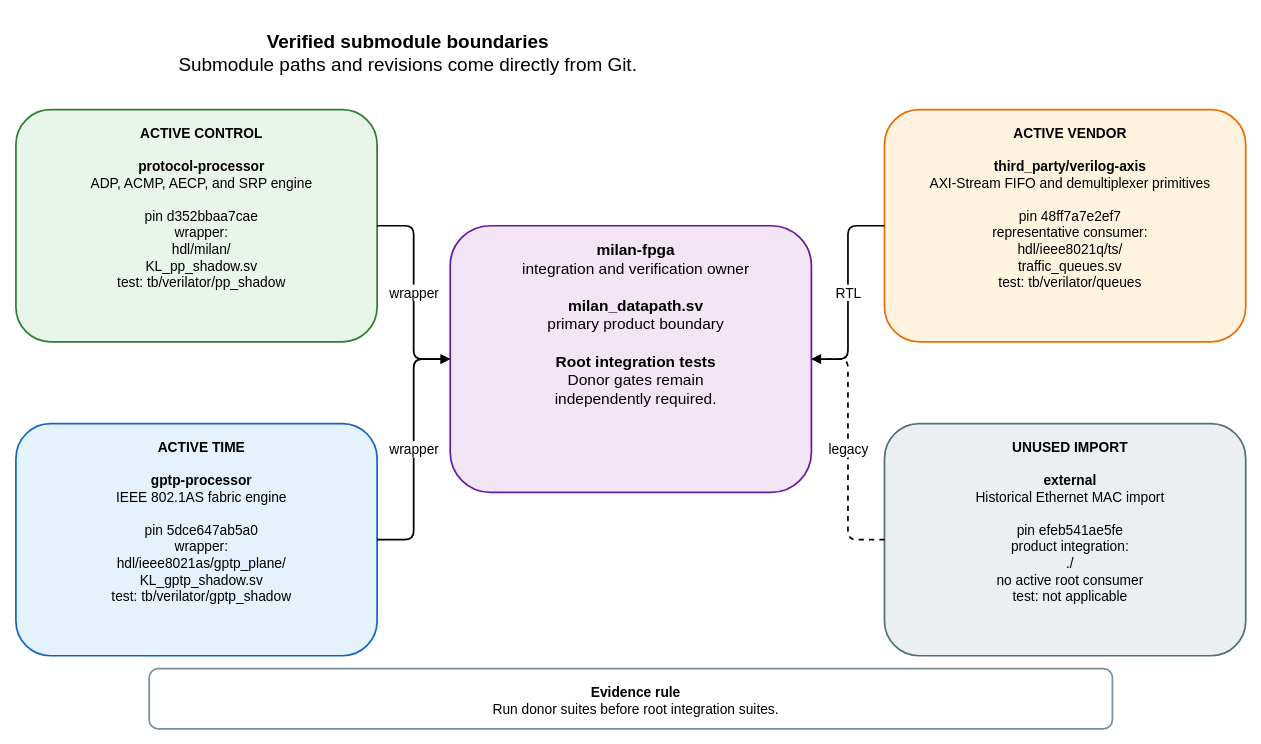
Earlier version of the draw.io diagram docs/diagrams/submodule_boundaries.drawio (kebag-logic/milan-fpga). Source tidied: cells renumbered, new cells numbered last; positions are measured from the earlier drawing's top-left corner, leaving out a move shared by most shapes. Both pictures are drawn from the tidied source at 86%, with x=0, y=0 at pixel (15, 15).
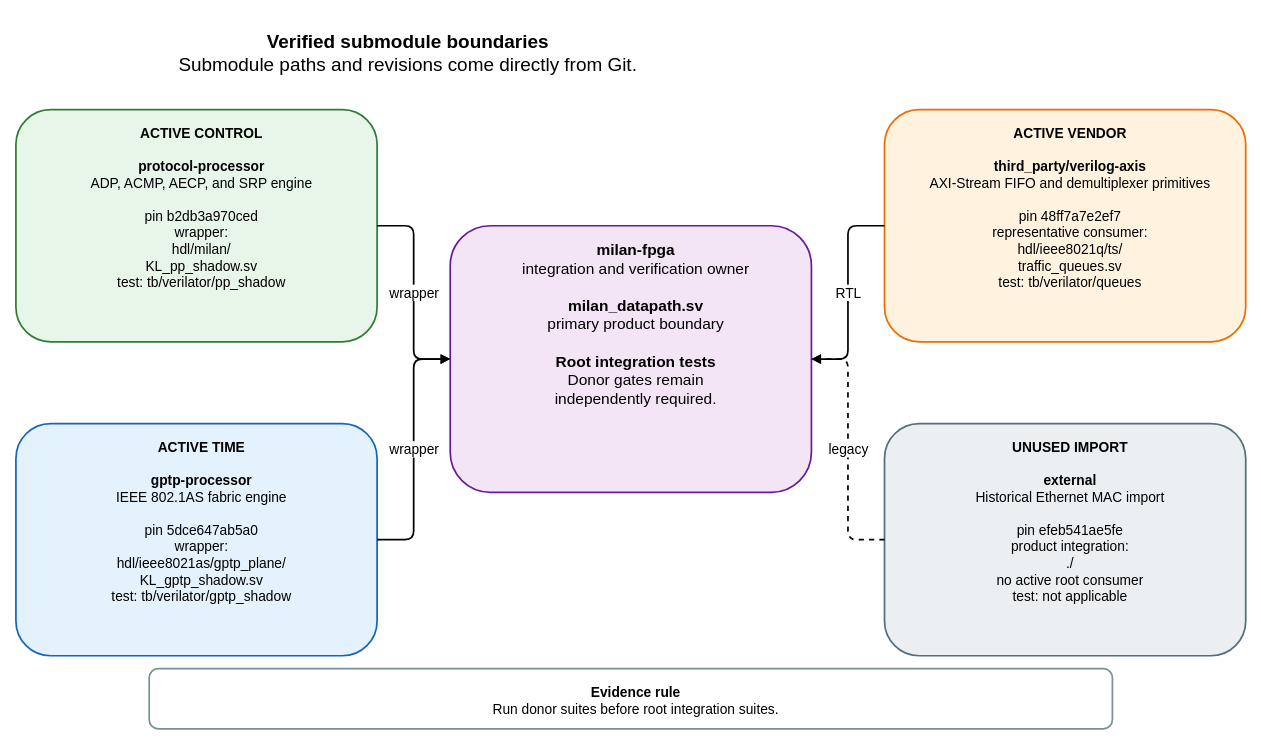
After the change.

Commit message (it also covers changes not shown here):
Pin the protocol processor at b2db3a97 (PR #132 plus PR #133) and re-record its ROM digests, boundary diagram and submodule ledger

Change to the diagram source:
```diff
@@
 <mxGraphModel>
   <root>
     <mxCell id="0" />
     <mxCell id="1" parent="0" />
     <mxCell id="2" value="&lt;b&gt;Verified submodule boundaries&lt;/b&gt;&lt;br&gt;Submodule paths and revisions come directly from Git." style="rounded=1;whiteSpace=wrap;html=1;verticalAlign=top;spacingTop=12;spacingLeft=12;fontSize=22;fontFamily=Helvetica;fillColor=none;strokeColor=none;strokeWidth=2;" parent="1" vertex="1">
       <mxGeometry width="900" height="65" as="geometry" />
     </mxCell>
     <mxCell id="3" value="&lt;b&gt;milan-fpga&lt;/b&gt;&lt;br&gt;integration and verification owner&lt;br&gt;&lt;br&gt;&lt;b&gt;milan_datapath.sv&lt;/b&gt;&lt;br&gt;primary product boundary&lt;br&gt;&lt;br&gt;&lt;b&gt;Root integration tests&lt;/b&gt;&lt;br&gt;Donor gates remain&lt;br&gt;independently required." style="rounded=1;whiteSpace=wrap;html=1;verticalAlign=top;spacingTop=12;spacingLeft=12;fontSize=18;fontFamily=Helvetica;fillColor=#F3E5F5;strokeColor=#6A1B9A;strokeWidth=2;" parent="1" vertex="1">
       <mxGeometry x="505" y="245" width="420" height="310" as="geometry" />
     </mxCell>
-    <mxCell id="4" value="&lt;b&gt;ACTIVE CONTROL&lt;/b&gt;&lt;br&gt;&lt;br&gt;&lt;b&gt;protocol-processor&lt;/b&gt;&lt;br&gt;ADP, ACMP, AECP, and SRP engine&lt;br&gt;&lt;br&gt;pin d352bbaa7cae&lt;br&gt;wrapper:&lt;br&gt;hdl/milan/&lt;br&gt;KL_pp_shadow.sv&lt;br&gt;test: tb/verilator/pp_shadow" style="rounded=1;whiteSpace=wrap;html=1;verticalAlign=top;spacingTop=12;spacingLeft=12;fontSize=16;fontFamily=Helvetica;fillColor=#E8F5E9;strokeColor=#2E7D32;strokeWidth=2;" parent="1" vertex="1">
+    <mxCell id="4" value="&lt;b&gt;ACTIVE CONTROL&lt;/b&gt;&lt;br&gt;&lt;br&gt;&lt;b&gt;protocol-processor&lt;/b&gt;&lt;br&gt;ADP, ACMP, AECP, and SRP engine&lt;br&gt;&lt;br&gt;pin b2db3a970ced&lt;br&gt;wrapper:&lt;br&gt;hdl/milan/&lt;br&gt;KL_pp_shadow.sv&lt;br&gt;test: tb/verilator/pp_shadow" style="rounded=1;whiteSpace=wrap;html=1;verticalAlign=top;spacingTop=12;spacingLeft=12;fontSize=16;fontFamily=Helvetica;fillColor=#E8F5E9;strokeColor=#2E7D32;strokeWidth=2;" parent="1" vertex="1">
       <mxGeometry y="110" width="420" height="270" as="geometry" />
     </mxCell>
     <mxCell id="5" value="&lt;b&gt;ACTIVE TIME&lt;/b&gt;&lt;br&gt;&lt;br&gt;&lt;b&gt;gptp-processor&lt;/b&gt;&lt;br&gt;IEEE 802.1AS fabric engine&lt;br&gt;&lt;br&gt;pin 5dce647ab5a0&lt;br&gt;wrapper:&lt;br&gt;hdl/ieee8021as/gptp_plane/&lt;br&gt;KL_gptp_shadow.sv&lt;br&gt;test: tb/verilator/gptp_shadow" style="rounded=1;whiteSpace=wrap;html=1;verticalAlign=top;spacingTop=12;spacingLeft=12;fontSize=16;fontFamily=Helvetica;fillColor=#E3F2FD;strokeColor=#1565C0;strokeWidth=2;" parent="1" vertex="1">
       <mxGeometry y="475" width="420" height="270" as="geometry" />
     </mxCell>
     <mxCell id="6" value="&lt;b&gt;ACTIVE VENDOR&lt;/b&gt;&lt;br&gt;&lt;br&gt;&lt;b&gt;third_party/verilog-axis&lt;/b&gt;&lt;br&gt;AXI-Stream FIFO and demultiplexer primitives&lt;br&gt;&lt;br&gt;pin 48ff7a7e2ef7&lt;br&gt;representative consumer:&lt;br&gt;hdl/ieee8021q/ts/&lt;br&gt;traffic_queues.sv&lt;br&gt;test: tb/verilator/queues" style="rounded=1;whiteSpace=wrap;html=1;verticalAlign=top;spacingTop=12;spacingLeft=12;fontSize=16;fontFamily=Helvetica;fillColor=#FFF3E0;strokeColor=#EF6C00;strokeWidth=2;" parent="1" vertex="1">
       <mxGeometry x="1010" y="110" width="420" height="270" as="geometry" />
     </mxCell>
     <mxCell id="7" value="&lt;b&gt;UNUSED IMPORT&lt;/b&gt;&lt;br&gt;&lt;br&gt;&lt;b&gt;external&lt;/b&gt;&lt;br&gt;Historical Ethernet MAC import&lt;br&gt;&lt;br&gt;pin efeb541ae5fe&lt;br&gt;product integration:&lt;br&gt;./&lt;br&gt;no active root consumer&lt;br&gt;test: not applicable" style="rounded=1;whiteSpace=wrap;html=1;verticalAlign=top;spacingTop=12;spacingLeft=12;fontSize=16;fontFamily=Helvetica;fillColor=#ECEFF1;strokeColor=#546E7A;strokeWidth=2;" parent="1" vertex="1">
       <mxGeometry x="1010" y="475" width="420" height="270" as="geometry" />
     </mxCell>
     <mxCell id="8" value="wrapper" style="edgeStyle=orthogonalEdgeStyle;rounded=1;jettySize=auto;html=1;endArrow=block;endFill=1;strokeWidth=2;fontSize=16;fontFamily=Helvetica;labelBackgroundColor=#FFFFFF;" parent="1" edge="1" source="4" target="3">
       <mxGeometry relative="1" as="geometry" />
     </mxCell>
     <mxCell id="9" value="wrapper" style="edgeStyle=orthogonalEdgeStyle;rounded=1;jettySize=auto;html=1;endArrow=block;endFill=1;strokeWidth=2;fontSize=16;fontFamily=Helvetica;labelBackgroundColor=#FFFFFF;" parent="1" edge="1" source="5" target="3">
       <mxGeometry relative="1" as="geometry" />
     </mxCell>
     <mxCell id="10" value="RTL" style="edgeStyle=orthogonalEdgeStyle;rounded=1;jettySize=auto;html=1;endArrow=block;endFill=1;strokeWidth=2;fontSize=16;fontFamily=Helvetica;labelBackgroundColor=#FFFFFF;" parent="1" edge="1" source="6" target="3">
       <mxGeometry relative="1" as="geometry" />
     </mxCell>
     <mxCell id="11" value="legacy" style="edgeStyle=orthogonalEdgeStyle;rounded=1;jettySize=auto;html=1;endArrow=block;endFill=1;strokeWidth=2;fontSize=16;fontFamily=Helvetica;labelBackgroundColor=#FFFFFF;dashed=1;" parent="1" edge="1" source="7" target="3">
       <mxGeometry relative="1" as="geometry" />
     </mxCell>
     <mxCell id="12" value="&lt;b&gt;Evidence rule&lt;/b&gt;&lt;br&gt;Run donor suites before root integration suites." style="rounded=1;whiteSpace=wrap;html=1;verticalAlign=top;spacingTop=12;spacingLeft=12;fontSize=16;fontFamily=Helvetica;fillColor=#FFFFFF;strokeColor=#78909C;strokeWidth=2;" parent="1" vertex="1">
       <mxGeometry x="155" y="760" width="1120" height="70" as="geometry" />
     </mxCell>
   </root>
 </mxGraphModel>
```
